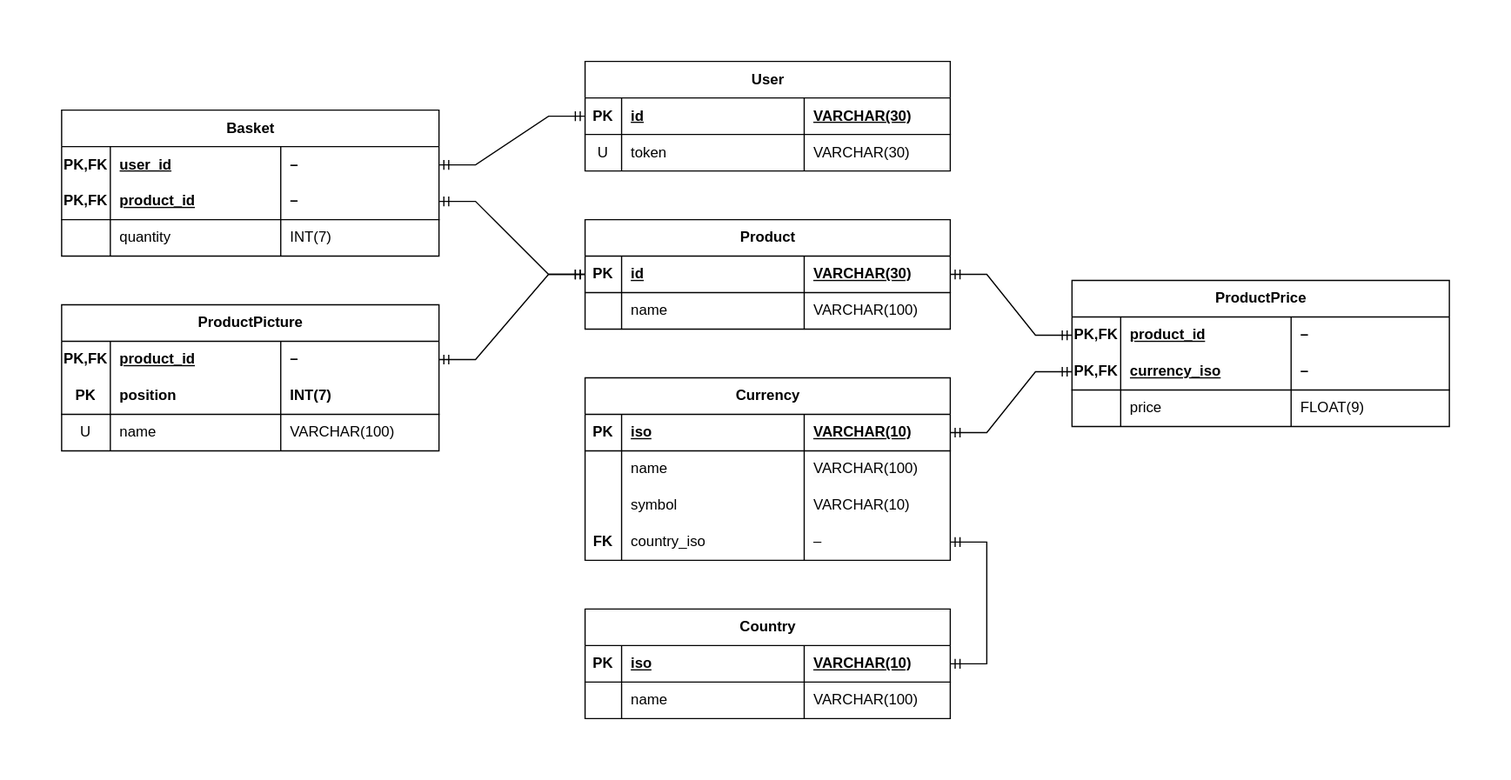
Earlier version of the draw.io export doc/resources/erd-database.drawio.svg (israel-meiresonne/e-shop-1-backend). Source tidied: cells renumbered, new cells last; positions are measured from the earlier drawing's top-left corner, leaving out a move shared by most shapes.
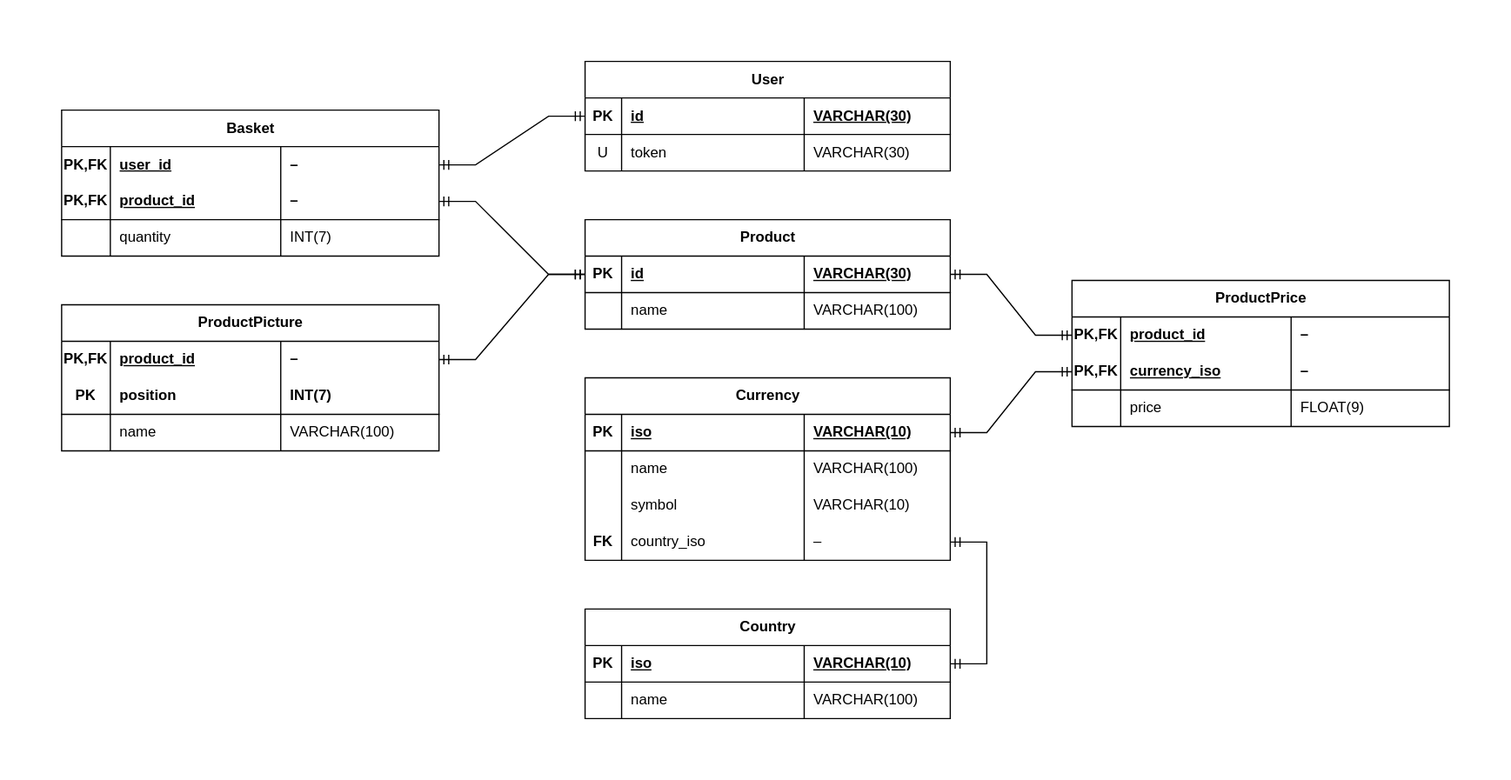
After the commit.

Commit message:
doc: in ERD, make column `ProductPicture.name` not unique

The edit, as a diff of the source:
```diff
@@ -257,7 +257,7 @@
     <mxCell id="86" style="shape=tableRow;horizontal=0;startSize=0;swimlaneHead=0;swimlaneBody=0;fillColor=none;top=0;left=0;right=0;bottom=0;fontStyle=0;" parent="77" vertex="1">
       <mxGeometry y="90" width="310" height="30" as="geometry" />
     </mxCell>
-    <mxCell id="87" value="U" style="shape=partialRectangle;fillColor=none;top=0;left=0;bottom=0;right=0;overflow=hidden;whiteSpace=wrap;html=1;fontStyle=0;" parent="86" vertex="1">
+    <mxCell id="87" style="shape=partialRectangle;fillColor=none;top=0;left=0;bottom=0;right=0;overflow=hidden;whiteSpace=wrap;html=1;fontStyle=0;" parent="86" vertex="1">
       <mxGeometry width="40" height="30" as="geometry" />
     </mxCell>
     <mxCell id="88" value="name" style="shape=partialRectangle;fillColor=none;top=0;left=0;bottom=0;right=0;align=left;spacingLeft=6;overflow=hidden;whiteSpace=wrap;html=1;fontStyle=0;" parent="86" vertex="1">
```
